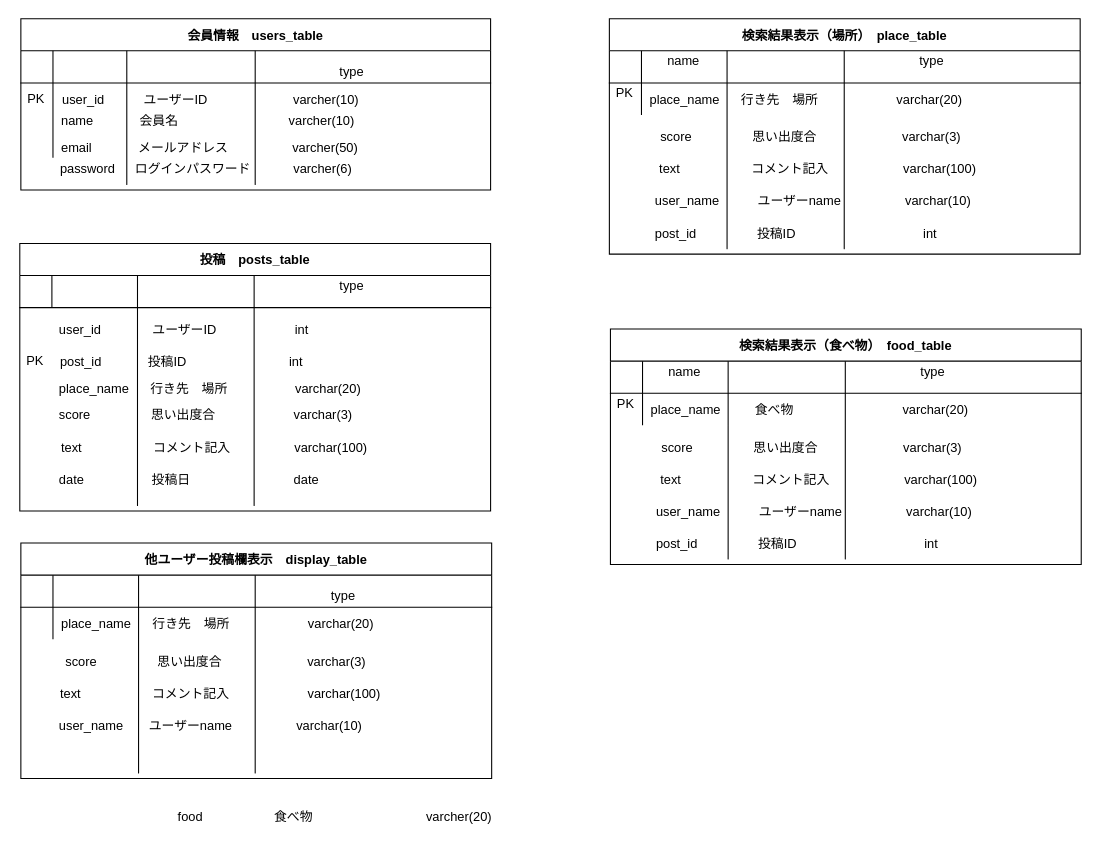
Before: 名称未設定ファイル.drawio in ryota8513/portfolio, a draw.io diagram. Source tidied: cells renumbered, new cells numbered last; positions are measured from the earlier drawing's top-left corner, leaving out a move shared by most shapes. Both pictures are drawn from the tidied source at 107%, with x=0, y=0 at pixel (18, 18).
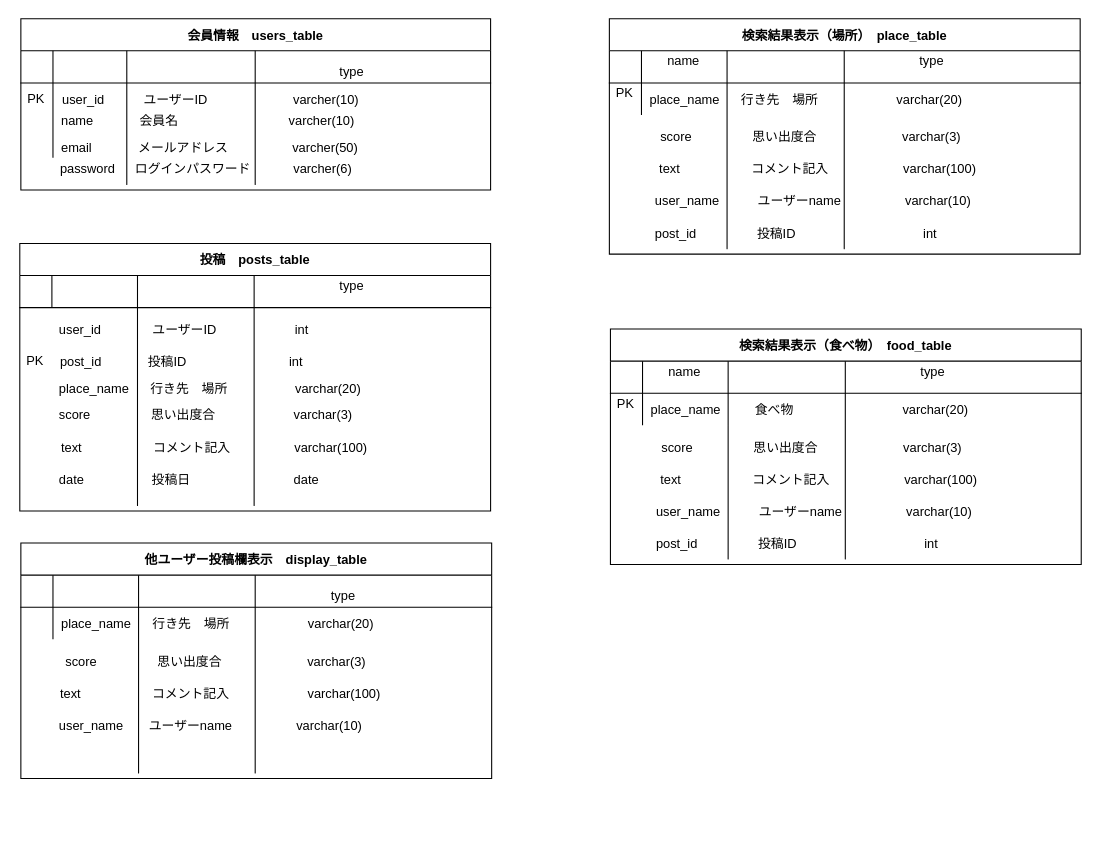
The same page after the edit.

Commit message:
名称未設定ファイル.drawio を更新します

Change to the diagram source:
```diff
@@
-    <mxCell id="64" value="food                    食べ物　　　　　　　　   varcher(20)" style="shape=partialRectangle;fillColor=none;top=0;left=0;bottom=0;right=0;align=left;spacingLeft=6;overflow=hidden;" parent="1" vertex="1">
-      <mxGeometry x="141" y="730" width="410" height="30" as="geometry" />
-    </mxCell>
```
